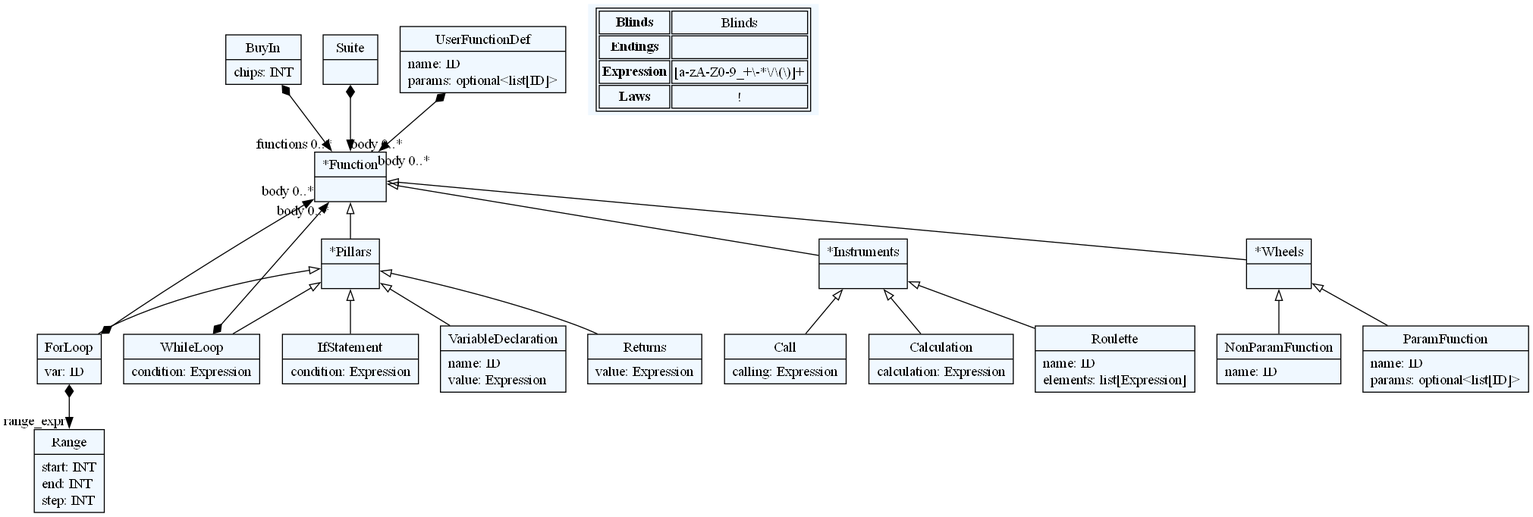
The Graphviz diagram fortuna.dot.png in Kruvalcaba85/Fortuna-Programming-Language, before a commit. Its source is kept beside it as fortuna.dot.
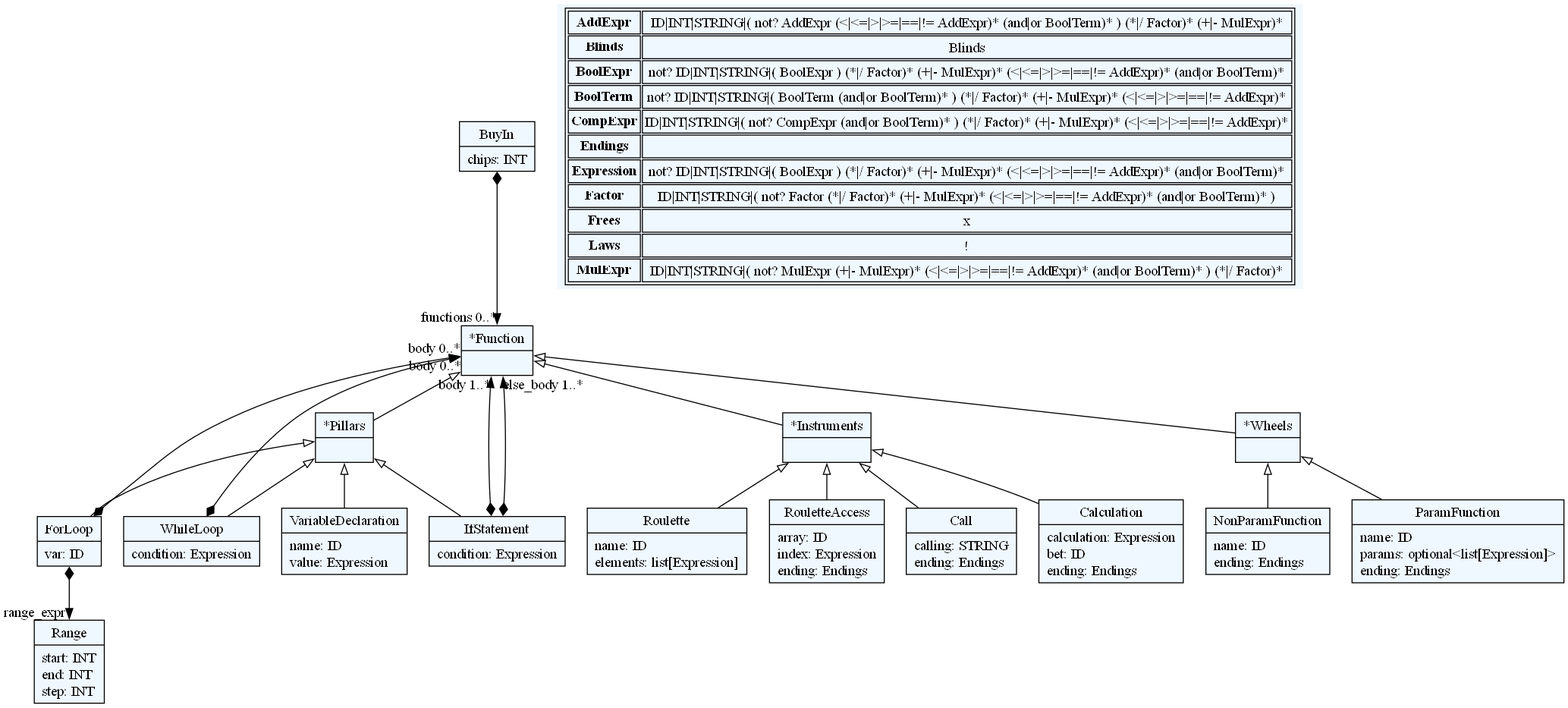
Later version of the same file.

The edit, as a diff of the source:
```diff
@@ -10,75 +10,92 @@
     edge[dir=black,arrowtail=empty]
 
 
-1535498030832[ label="{BuyIn|chips: INT\l}"]
+2325705923648[ label="{BuyIn|chips: INT\l}"]
 
-1535498037168[ label="{*Function|}"]
+2325689430240[ label="{*Function|}"]
 
-1535498173568[ label="{*Pillars|}"]
+2325705924272[ label="{*Pillars|}"]
 
-1535498173328[ label="{ForLoop|var: ID\l}"]
+2325705923984[ label="{ForLoop|var: ID\l}"]
 
-1535498173376[ label="{WhileLoop|condition: Expression\l}"]
+2325705924368[ label="{WhileLoop|condition: Expression\l}"]
 
-1535498173472[ label="{IfStatement|condition: Expression\l}"]
+2325705928688[ label="{IfStatement|condition: Expression\l}"]
 
-1535498161136[ label="{Suite|}"]
+2325705919328[ label="{VariableDeclaration|name: ID\lvalue: Expression\l}"]
 
-1535498173616[ label="{VariableDeclaration|name: ID\lvalue: Expression\l}"]
+2325705922400[ label="{Range|start: INT\lend: INT\lstep: INT\l}"]
 
-1535498172080[ label="{UserFunctionDef|name: ID\lparams: optional\<list[ID]\>\l}"]
+2325705920912[ label="{*Instruments|}"]
 
-1535498173808[ label="{Returns|value: Expression\l}"]
+2325705919520[ label="{Call|calling: STRING\lending: Endings\l}"]
 
-1535498173856[ label="{Range|start: INT\lend: INT\lstep: INT\l}"]
+2325705918944[ label="{Calculation|calculation: Expression\lbet: ID\lending: Endings\l}"]
 
-1535498174000[ label="{*Instruments|}"]
+2325705917600[ label="{Roulette|name: ID\lelements: list[Expression]\l}"]
 
-1535498307488[ label="{Call|calling: Expression\l}"]
+2325705923696[ label="{RouletteAccess|array: ID\lindex: Expression\lending: Endings\l}"]
 
-1535498306624[ label="{Calculation|calculation: Expression\l}"]
+2325705923504[ label="{*Wheels|}"]
 
-1535498306288[ label="{Roulette|name: ID\lelements: list[Expression]\l}"]
+2325705923744[ label="{NonParamFunction|name: ID\lending: Endings\l}"]
 
-1535498306672[ label="{*Wheels|}"]
-
-1535498305808[ label="{NonParamFunction|name: ID\l}"]
-
-1535498305616[ label="{ParamFunction|name: ID\lparams: optional\<list[ID]\>\l}"]
+2325705931232[ label="{ParamFunction|name: ID\lparams: optional\<list[Expression]\>\lending: Endings\l}"]
 
 
 
-1535498030832 -> 1535498037168[arrowtail=diamond, dir=both, headlabel="functions 0..*"]
-1535498037168 -> 1535498173568 [dir=back]
-1535498037168 -> 1535498174000 [dir=back]
-1535498037168 -> 1535498306672 [dir=back]
-1535498173568 -> 1535498173328 [dir=back]
-1535498173568 -> 1535498173376 [dir=back]
-1535498173568 -> 1535498173472 [dir=back]
-1535498173568 -> 1535498173616 [dir=back]
-1535498173568 -> 1535498173808 [dir=back]
-1535498173328 -> 1535498173856[arrowtail=diamond, dir=both, headlabel="range_expr "]
-1535498173328 -> 1535498037168[arrowtail=diamond, dir=both, headlabel="body 0..*"]
-1535498173376 -> 1535498037168[arrowtail=diamond, dir=both, headlabel="body 0..*"]
-1535498161136 -> 1535498037168[arrowtail=diamond, dir=both, headlabel="body 0..*"]
-1535498172080 -> 1535498037168[arrowtail=diamond, dir=both, headlabel="body 0..*"]
-1535498174000 -> 1535498307488 [dir=back]
-1535498174000 -> 1535498306624 [dir=back]
-1535498174000 -> 1535498306288 [dir=back]
-1535498306672 -> 1535498305808 [dir=back]
-1535498306672 -> 1535498305616 [dir=back]
+2325705923648 -> 2325689430240[arrowtail=diamond, dir=both, headlabel="functions 0..*"]
+2325689430240 -> 2325705924272 [dir=back]
+2325689430240 -> 2325705920912 [dir=back]
+2325689430240 -> 2325705923504 [dir=back]
+2325705924272 -> 2325705923984 [dir=back]
+2325705924272 -> 2325705924368 [dir=back]
+2325705924272 -> 2325705928688 [dir=back]
+2325705924272 -> 2325705919328 [dir=back]
+2325705923984 -> 2325705922400[arrowtail=diamond, dir=both, headlabel="range_expr "]
+2325705923984 -> 2325689430240[arrowtail=diamond, dir=both, headlabel="body 0..*"]
+2325705924368 -> 2325689430240[arrowtail=diamond, dir=both, headlabel="body 0..*"]
+2325705928688 -> 2325689430240[arrowtail=diamond, dir=both, headlabel="body 1..*"]
+2325705928688 -> 2325689430240[arrowtail=diamond, dir=both, headlabel="else_body 1..*"]
+2325705920912 -> 2325705919520 [dir=back]
+2325705920912 -> 2325705918944 [dir=back]
+2325705920912 -> 2325705917600 [dir=back]
+2325705920912 -> 2325705923696 [dir=back]
+2325705923504 -> 2325705923744 [dir=back]
+2325705923504 -> 2325705931232 [dir=back]
 match_rules [ shape=plaintext, label=< <table>
 	<tr>
+		<td><b>AddExpr</b></td><td>ID|INT|STRING|( not? AddExpr (&lt;|&lt;=|&gt;|&gt;=|==|!= AddExpr)* (and|or BoolTerm)* ) (*|/ Factor)* (+|- MulExpr)*</td>
+	</tr>
+	<tr>
 		<td><b>Blinds</b></td><td>Blinds</td>
+	</tr>
+	<tr>
+		<td><b>BoolExpr</b></td><td>not? ID|INT|STRING|( BoolExpr ) (*|/ Factor)* (+|- MulExpr)* (&lt;|&lt;=|&gt;|&gt;=|==|!= AddExpr)* (and|or BoolTerm)*</td>
+	</tr>
+	<tr>
+		<td><b>BoolTerm</b></td><td>not? ID|INT|STRING|( BoolTerm (and|or BoolTerm)* ) (*|/ Factor)* (+|- MulExpr)* (&lt;|&lt;=|&gt;|&gt;=|==|!= AddExpr)*</td>
+	</tr>
+	<tr>
+		<td><b>CompExpr</b></td><td>ID|INT|STRING|( not? CompExpr (and|or BoolTerm)* ) (*|/ Factor)* (+|- MulExpr)* (&lt;|&lt;=|&gt;|&gt;=|==|!= AddExpr)*</td>
 	</tr>
 	<tr>
 		<td><b>Endings</b></td><td></td>
 	</tr>
 	<tr>
-		<td><b>Expression</b></td><td>[a-zA-Z0-9_+\-*\/\(\)]+</td>
+		<td><b>Expression</b></td><td>not? ID|INT|STRING|( BoolExpr ) (*|/ Factor)* (+|- MulExpr)* (&lt;|&lt;=|&gt;|&gt;=|==|!= AddExpr)* (and|or BoolTerm)*</td>
+	</tr>
+	<tr>
+		<td><b>Factor</b></td><td>ID|INT|STRING|( not? Factor (*|/ Factor)* (+|- MulExpr)* (&lt;|&lt;=|&gt;|&gt;=|==|!= AddExpr)* (and|or BoolTerm)* )</td>
+	</tr>
+	<tr>
+		<td><b>Frees</b></td><td>x</td>
 	</tr>
 	<tr>
 		<td><b>Laws</b></td><td>!</td>
+	</tr>
+	<tr>
+		<td><b>MulExpr</b></td><td>ID|INT|STRING|( not? MulExpr (+|- MulExpr)* (&lt;|&lt;=|&gt;|&gt;=|==|!= AddExpr)* (and|or BoolTerm)* ) (*|/ Factor)*</td>
 	</tr>
 </table> >]
 
```
